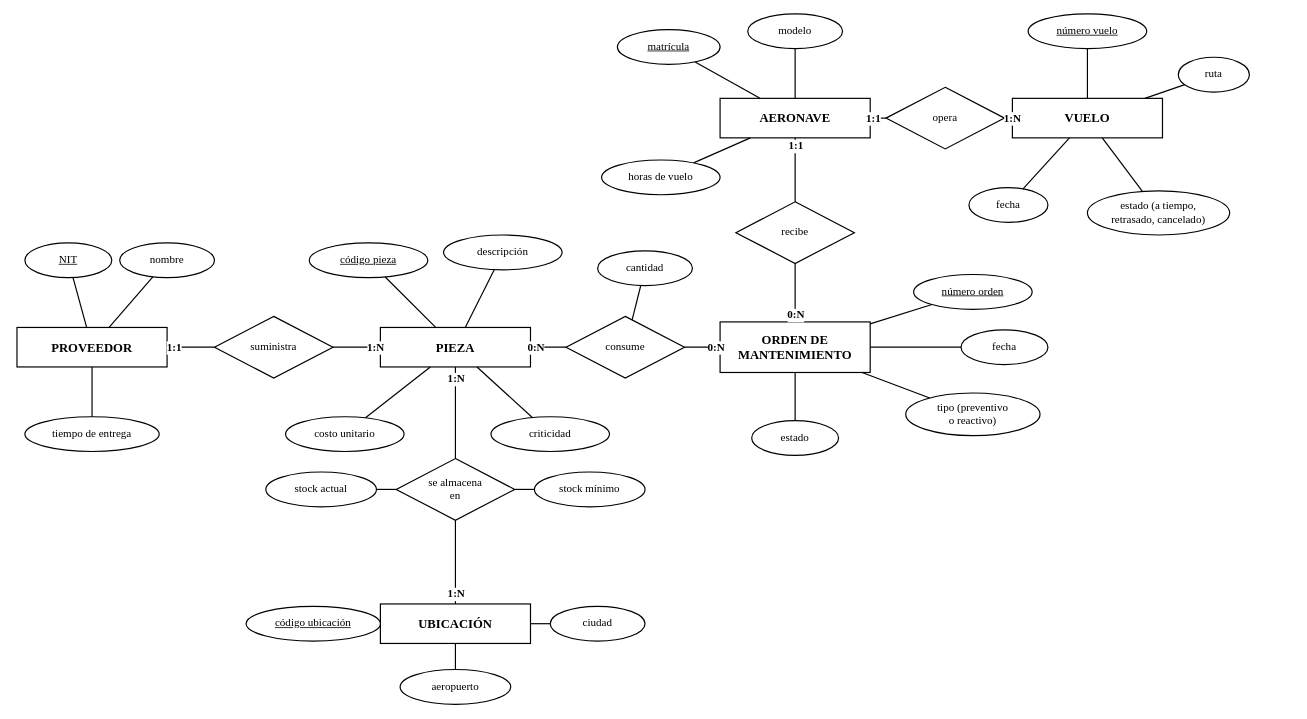
The draw.io diagram Actividad_3_SouthWest/diagramas/figura2_modelo_er.drawio in dgonav/inteligencia-de-negocios, before the edit. Source tidied: cells renumbered, new cells numbered last; positions are measured from the earlier drawing's top-left corner, leaving out a move shared by most shapes. Both pictures are drawn from the tidied source at 79%, with x=0, y=0 at pixel (17, 13).
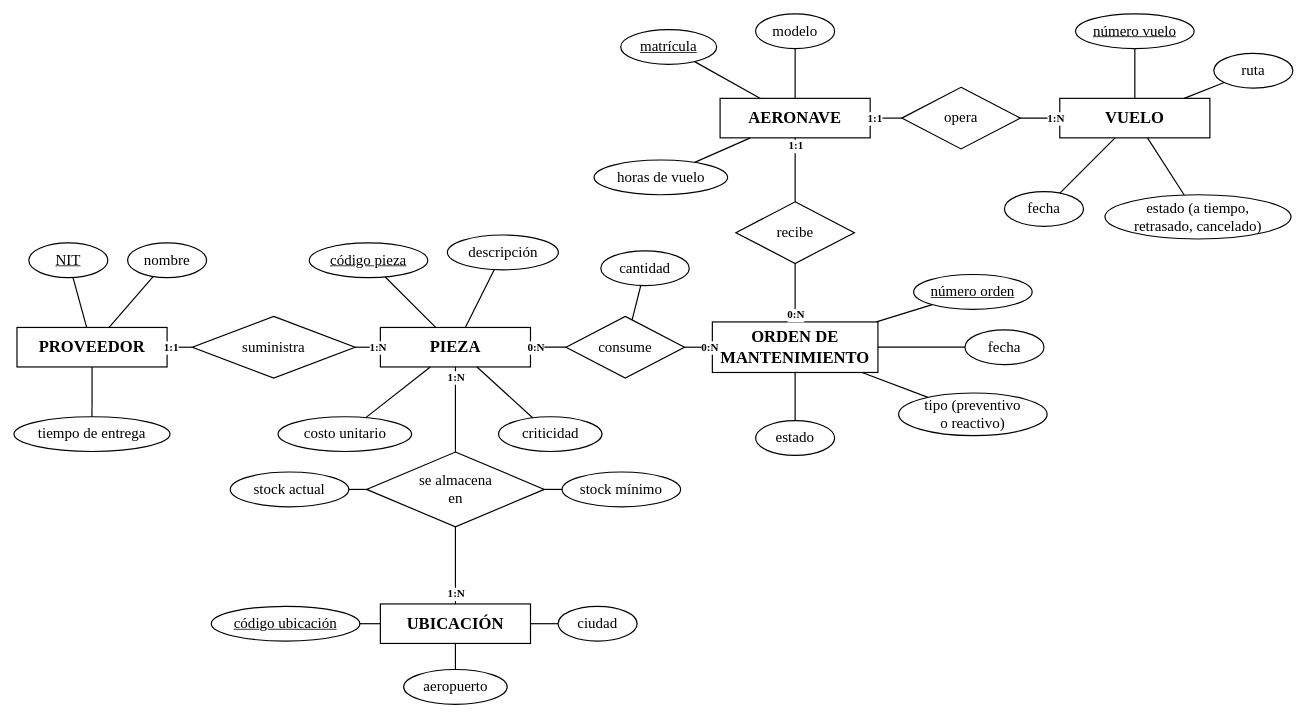
The same diagram, later.

Commit message (it also covers changes not shown here):
Revisión final: diagramas legibles en páginas horizontales y ajustes de redacción

The edit, as a diff of the source:
```diff
@@
-    <mxCell id="2" value="PROVEEDOR" style="rounded=0;whiteSpace=wrap;html=1;fontFamily=Times New Roman;strokeColor=#000000;fontColor=#000000;strokeWidth=1.5;fontSize=16;fontStyle=1;fillColor=#FFFFFF;" parent="1" vertex="1">
+    <mxCell id="2" value="PROVEEDOR" style="rounded=0;whiteSpace=wrap;html=1;fontFamily=Times New Roman;strokeColor=#000000;fontColor=#000000;strokeWidth=1.5;fontSize=21;fontStyle=1;fillColor=#FFFFFF;" parent="1" vertex="1">
       <mxGeometry y="397" width="190" height="50" as="geometry" />
     </mxCell>
-    <mxCell id="3" value="PIEZA" style="rounded=0;whiteSpace=wrap;html=1;fontFamily=Times New Roman;strokeColor=#000000;fontColor=#000000;strokeWidth=1.5;fontSize=16;fontStyle=1;fillColor=#FFFFFF;" parent="1" vertex="1">
+    <mxCell id="3" value="PIEZA" style="rounded=0;whiteSpace=wrap;html=1;fontFamily=Times New Roman;strokeColor=#000000;fontColor=#000000;strokeWidth=1.5;fontSize=21;fontStyle=1;fillColor=#FFFFFF;" parent="1" vertex="1">
       <mxGeometry x="460" y="397" width="190" height="50" as="geometry" />
     </mxCell>
-    <mxCell id="4" value="UBICACIÓN" style="rounded=0;whiteSpace=wrap;html=1;fontFamily=Times New Roman;strokeColor=#000000;fontColor=#000000;strokeWidth=1.5;fontSize=16;fontStyle=1;fillColor=#FFFFFF;" parent="1" vertex="1">
+    <mxCell id="4" value="UBICACIÓN" style="rounded=0;whiteSpace=wrap;html=1;fontFamily=Times New Roman;strokeColor=#000000;fontColor=#000000;strokeWidth=1.5;fontSize=21;fontStyle=1;fillColor=#FFFFFF;" parent="1" vertex="1">
       <mxGeometry x="460" y="747" width="190" height="50" as="geometry" />
     </mxCell>
-    <mxCell id="5" value="ORDEN DE&lt;br&gt;MANTENIMIENTO" style="rounded=0;whiteSpace=wrap;html=1;fontFamily=Times New Roman;strokeColor=#000000;fontColor=#000000;strokeWidth=1.5;fontSize=16;fontStyle=1;fillColor=#FFFFFF;" parent="1" vertex="1">
-      <mxGeometry x="890" y="390" width="190" height="64" as="geometry" />
+    <mxCell id="5" value="ORDEN DE&lt;br&gt;MANTENIMIENTO" style="rounded=0;whiteSpace=wrap;html=1;fontFamily=Times New Roman;strokeColor=#000000;fontColor=#000000;strokeWidth=1.5;fontSize=21;fontStyle=1;fillColor=#FFFFFF;" parent="1" vertex="1">
+      <mxGeometry x="880.2" y="390" width="209.6" height="64" as="geometry" />
     </mxCell>
-    <mxCell id="6" value="AERONAVE" style="rounded=0;whiteSpace=wrap;html=1;fontFamily=Times New Roman;strokeColor=#000000;fontColor=#000000;strokeWidth=1.5;fontSize=16;fontStyle=1;fillColor=#FFFFFF;" parent="1" vertex="1">
+    <mxCell id="6" value="AERONAVE" style="rounded=0;whiteSpace=wrap;html=1;fontFamily=Times New Roman;strokeColor=#000000;fontColor=#000000;strokeWidth=1.5;fontSize=21;fontStyle=1;fillColor=#FFFFFF;" parent="1" vertex="1">
       <mxGeometry x="890" y="107" width="190" height="50" as="geometry" />
     </mxCell>
-    <mxCell id="7" value="VUELO" style="rounded=0;whiteSpace=wrap;html=1;fontFamily=Times New Roman;strokeColor=#000000;fontColor=#000000;strokeWidth=1.5;fontSize=16;fontStyle=1;fillColor=#FFFFFF;" parent="1" vertex="1">
-      <mxGeometry x="1260" y="107" width="190" height="50" as="geometry" />
+    <mxCell id="7" value="VUELO" style="rounded=0;whiteSpace=wrap;html=1;fontFamily=Times New Roman;strokeColor=#000000;fontColor=#000000;strokeWidth=1.5;fontSize=21;fontStyle=1;fillColor=#FFFFFF;" parent="1" vertex="1">
+      <mxGeometry x="1320" y="107" width="190" height="50" as="geometry" />
     </mxCell>
-    <mxCell id="8" value="suministra" style="rhombus;whiteSpace=wrap;html=1;fontFamily=Times New Roman;strokeColor=#000000;fontColor=#000000;strokeWidth=1.5;fontSize=14;fontStyle=0;fillColor=#FFFFFF;" parent="1" vertex="1">
-      <mxGeometry x="250" y="383" width="150" height="78" as="geometry" />
+    <mxCell id="8" value="suministra" style="rhombus;whiteSpace=wrap;html=1;fontFamily=Times New Roman;strokeColor=#000000;fontColor=#000000;strokeWidth=1.5;fontSize=19;fontStyle=0;fillColor=#FFFFFF;" parent="1" vertex="1">
+      <mxGeometry x="222" y="383" width="206" height="78" as="geometry" />
     </mxCell>
-    <mxCell id="9" value="se almacena&lt;br&gt;en" style="rhombus;whiteSpace=wrap;html=1;fontFamily=Times New Roman;strokeColor=#000000;fontColor=#000000;strokeWidth=1.5;fontSize=14;fontStyle=0;fillColor=#FFFFFF;" parent="1" vertex="1">
-      <mxGeometry x="480" y="563" width="150" height="78" as="geometry" />
+    <mxCell id="9" value="se almacena&lt;br&gt;en" style="rhombus;whiteSpace=wrap;html=1;fontFamily=Times New Roman;strokeColor=#000000;fontColor=#000000;strokeWidth=1.5;fontSize=19;fontStyle=0;fillColor=#FFFFFF;" parent="1" vertex="1">
+      <mxGeometry x="442.5" y="554.7" width="225" height="94.6" as="geometry" />
     </mxCell>
-    <mxCell id="10" value="consume" style="rhombus;whiteSpace=wrap;html=1;fontFamily=Times New Roman;strokeColor=#000000;fontColor=#000000;strokeWidth=1.5;fontSize=14;fontStyle=0;fillColor=#FFFFFF;" parent="1" vertex="1">
+    <mxCell id="10" value="consume" style="rhombus;whiteSpace=wrap;html=1;fontFamily=Times New Roman;strokeColor=#000000;fontColor=#000000;strokeWidth=1.5;fontSize=19;fontStyle=0;fillColor=#FFFFFF;" parent="1" vertex="1">
       <mxGeometry x="695" y="383" width="150" height="78" as="geometry" />
     </mxCell>
-    <mxCell id="11" value="recibe" style="rhombus;whiteSpace=wrap;html=1;fontFamily=Times New Roman;strokeColor=#000000;fontColor=#000000;strokeWidth=1.5;fontSize=14;fontStyle=0;fillColor=#FFFFFF;" parent="1" vertex="1">
+    <mxCell id="11" value="recibe" style="rhombus;whiteSpace=wrap;html=1;fontFamily=Times New Roman;strokeColor=#000000;fontColor=#000000;strokeWidth=1.5;fontSize=19;fontStyle=0;fillColor=#FFFFFF;" parent="1" vertex="1">
       <mxGeometry x="910" y="238" width="150" height="78" as="geometry" />
     </mxCell>
-    <mxCell id="12" value="opera" style="rhombus;whiteSpace=wrap;html=1;fontFamily=Times New Roman;strokeColor=#000000;fontColor=#000000;strokeWidth=1.5;fontSize=14;fontStyle=0;fillColor=#FFFFFF;" parent="1" vertex="1">
-      <mxGeometry x="1100" y="93" width="150" height="78" as="geometry" />
+    <mxCell id="12" value="opera" style="rhombus;whiteSpace=wrap;html=1;fontFamily=Times New Roman;strokeColor=#000000;fontColor=#000000;strokeWidth=1.5;fontSize=19;fontStyle=0;fillColor=#FFFFFF;" parent="1" vertex="1">
+      <mxGeometry x="1120" y="93" width="150" height="78" as="geometry" />
     </mxCell>
-    <mxCell id="13" value="NIT" style="ellipse;whiteSpace=wrap;html=1;fontFamily=Times New Roman;strokeColor=#000000;fontColor=#000000;strokeWidth=1.5;fontSize=14;fontStyle=4;fillColor=#FFFFFF;" parent="1" vertex="1">
-      <mxGeometry x="10" y="290" width="110" height="44" as="geometry" />
+    <mxCell id="13" value="NIT" style="ellipse;whiteSpace=wrap;html=1;fontFamily=Times New Roman;strokeColor=#000000;fontColor=#000000;strokeWidth=1.5;fontSize=19;fontStyle=4;fillColor=#FFFFFF;" parent="1" vertex="1">
+      <mxGeometry x="15" y="290" width="100" height="44" as="geometry" />
     </mxCell>
-    <mxCell id="14" value="nombre" style="ellipse;whiteSpace=wrap;html=1;fontFamily=Times New Roman;strokeColor=#000000;fontColor=#000000;strokeWidth=1.5;fontSize=14;fontStyle=0;fillColor=#FFFFFF;" parent="1" vertex="1">
-      <mxGeometry x="130" y="290" width="120" height="44" as="geometry" />
+    <mxCell id="14" value="nombre" style="ellipse;whiteSpace=wrap;html=1;fontFamily=Times New Roman;strokeColor=#000000;fontColor=#000000;strokeWidth=1.5;fontSize=19;fontStyle=0;fillColor=#FFFFFF;" parent="1" vertex="1">
+      <mxGeometry x="140" y="290" width="100" height="44" as="geometry" />
     </mxCell>
-    <mxCell id="15" value="tiempo de entrega" style="ellipse;whiteSpace=wrap;html=1;fontFamily=Times New Roman;strokeColor=#000000;fontColor=#000000;strokeWidth=1.5;fontSize=14;fontStyle=0;fillColor=#FFFFFF;" parent="1" vertex="1">
-      <mxGeometry x="10" y="510" width="170" height="44" as="geometry" />
+    <mxCell id="15" value="tiempo de entrega" style="ellipse;whiteSpace=wrap;html=1;fontFamily=Times New Roman;strokeColor=#000000;fontColor=#000000;strokeWidth=1.5;fontSize=19;fontStyle=0;fillColor=#FFFFFF;" parent="1" vertex="1">
+      <mxGeometry x="-3.8" y="510" width="197.5" height="44" as="geometry" />
     </mxCell>
-    <mxCell id="16" value="código pieza" style="ellipse;whiteSpace=wrap;html=1;fontFamily=Times New Roman;strokeColor=#000000;fontColor=#000000;strokeWidth=1.5;fontSize=14;fontStyle=4;fillColor=#FFFFFF;" parent="1" vertex="1">
+    <mxCell id="16" value="código pieza" style="ellipse;whiteSpace=wrap;html=1;fontFamily=Times New Roman;strokeColor=#000000;fontColor=#000000;strokeWidth=1.5;fontSize=19;fontStyle=4;fillColor=#FFFFFF;" parent="1" vertex="1">
       <mxGeometry x="370" y="290" width="150" height="44" as="geometry" />
     </mxCell>
-    <mxCell id="17" value="descripción" style="ellipse;whiteSpace=wrap;html=1;fontFamily=Times New Roman;strokeColor=#000000;fontColor=#000000;strokeWidth=1.5;fontSize=14;fontStyle=0;fillColor=#FFFFFF;" parent="1" vertex="1">
-      <mxGeometry x="540" y="280" width="150" height="44" as="geometry" />
+    <mxCell id="17" value="descripción" style="ellipse;whiteSpace=wrap;html=1;fontFamily=Times New Roman;strokeColor=#000000;fontColor=#000000;strokeWidth=1.5;fontSize=19;fontStyle=0;fillColor=#FFFFFF;" parent="1" vertex="1">
+      <mxGeometry x="544.8" y="280" width="140.5" height="44" as="geometry" />
     </mxCell>
-    <mxCell id="18" value="costo unitario" style="ellipse;whiteSpace=wrap;html=1;fontFamily=Times New Roman;strokeColor=#000000;fontColor=#000000;strokeWidth=1.5;fontSize=14;fontStyle=0;fillColor=#FFFFFF;" parent="1" vertex="1">
-      <mxGeometry x="340" y="510" width="150" height="44" as="geometry" />
+    <mxCell id="18" value="costo unitario" style="ellipse;whiteSpace=wrap;html=1;fontFamily=Times New Roman;strokeColor=#000000;fontColor=#000000;strokeWidth=1.5;fontSize=19;fontStyle=0;fillColor=#FFFFFF;" parent="1" vertex="1">
+      <mxGeometry x="330.5" y="510" width="169" height="44" as="geometry" />
     </mxCell>
-    <mxCell id="19" value="criticidad" style="ellipse;whiteSpace=wrap;html=1;fontFamily=Times New Roman;strokeColor=#000000;fontColor=#000000;strokeWidth=1.5;fontSize=14;fontStyle=0;fillColor=#FFFFFF;" parent="1" vertex="1">
-      <mxGeometry x="600" y="510" width="150" height="44" as="geometry" />
+    <mxCell id="19" value="criticidad" style="ellipse;whiteSpace=wrap;html=1;fontFamily=Times New Roman;strokeColor=#000000;fontColor=#000000;strokeWidth=1.5;fontSize=19;fontStyle=0;fillColor=#FFFFFF;" parent="1" vertex="1">
+      <mxGeometry x="609.5" y="510" width="131" height="44" as="geometry" />
     </mxCell>
-    <mxCell id="20" value="stock actual" style="ellipse;whiteSpace=wrap;html=1;fontFamily=Times New Roman;strokeColor=#000000;fontColor=#000000;strokeWidth=1.5;fontSize=14;fontStyle=0;fillColor=#FFFFFF;" parent="1" vertex="1">
-      <mxGeometry x="315" y="580" width="140" height="44" as="geometry" />
+    <mxCell id="20" value="stock actual" style="ellipse;whiteSpace=wrap;html=1;fontFamily=Times New Roman;strokeColor=#000000;fontColor=#000000;strokeWidth=1.5;fontSize=19;fontStyle=0;fillColor=#FFFFFF;" parent="1" vertex="1">
+      <mxGeometry x="270" y="580" width="150" height="44" as="geometry" />
     </mxCell>
-    <mxCell id="21" value="stock mínimo" style="ellipse;whiteSpace=wrap;html=1;fontFamily=Times New Roman;strokeColor=#000000;fontColor=#000000;strokeWidth=1.5;fontSize=14;fontStyle=0;fillColor=#FFFFFF;" parent="1" vertex="1">
-      <mxGeometry x="655" y="580" width="140" height="44" as="geometry" />
+    <mxCell id="21" value="stock mínimo" style="ellipse;whiteSpace=wrap;html=1;fontFamily=Times New Roman;strokeColor=#000000;fontColor=#000000;strokeWidth=1.5;fontSize=19;fontStyle=0;fillColor=#FFFFFF;" parent="1" vertex="1">
+      <mxGeometry x="690" y="580" width="150" height="44" as="geometry" />
     </mxCell>
-    <mxCell id="22" value="código ubicación" style="ellipse;whiteSpace=wrap;html=1;fontFamily=Times New Roman;strokeColor=#000000;fontColor=#000000;strokeWidth=1.5;fontSize=14;fontStyle=4;fillColor=#FFFFFF;" parent="1" vertex="1">
-      <mxGeometry x="290" y="750" width="170" height="44" as="geometry" />
+    <mxCell id="22" value="código ubicación" style="ellipse;whiteSpace=wrap;html=1;fontFamily=Times New Roman;strokeColor=#000000;fontColor=#000000;strokeWidth=1.5;fontSize=19;fontStyle=4;fillColor=#FFFFFF;" parent="1" vertex="1">
+      <mxGeometry x="246" y="750" width="188" height="44" as="geometry" />
     </mxCell>
-    <mxCell id="23" value="ciudad" style="ellipse;whiteSpace=wrap;html=1;fontFamily=Times New Roman;strokeColor=#000000;fontColor=#000000;strokeWidth=1.5;fontSize=14;fontStyle=0;fillColor=#FFFFFF;" parent="1" vertex="1">
-      <mxGeometry x="675" y="750" width="120" height="44" as="geometry" />
+    <mxCell id="23" value="ciudad" style="ellipse;whiteSpace=wrap;html=1;fontFamily=Times New Roman;strokeColor=#000000;fontColor=#000000;strokeWidth=1.5;fontSize=19;fontStyle=0;fillColor=#FFFFFF;" parent="1" vertex="1">
+      <mxGeometry x="685" y="750" width="100" height="44" as="geometry" />
     </mxCell>
-    <mxCell id="24" value="aeropuerto" style="ellipse;whiteSpace=wrap;html=1;fontFamily=Times New Roman;strokeColor=#000000;fontColor=#000000;strokeWidth=1.5;fontSize=14;fontStyle=0;fillColor=#FFFFFF;" parent="1" vertex="1">
-      <mxGeometry x="485" y="830" width="140" height="44" as="geometry" />
+    <mxCell id="24" value="aeropuerto" style="ellipse;whiteSpace=wrap;html=1;fontFamily=Times New Roman;strokeColor=#000000;fontColor=#000000;strokeWidth=1.5;fontSize=19;fontStyle=0;fillColor=#FFFFFF;" parent="1" vertex="1">
+      <mxGeometry x="489.5" y="830" width="131" height="44" as="geometry" />
     </mxCell>
-    <mxCell id="25" value="cantidad" style="ellipse;whiteSpace=wrap;html=1;fontFamily=Times New Roman;strokeColor=#000000;fontColor=#000000;strokeWidth=1.5;fontSize=14;fontStyle=0;fillColor=#FFFFFF;" parent="1" vertex="1">
-      <mxGeometry x="735" y="300" width="120" height="44" as="geometry" />
+    <mxCell id="25" value="cantidad" style="ellipse;whiteSpace=wrap;html=1;fontFamily=Times New Roman;strokeColor=#000000;fontColor=#000000;strokeWidth=1.5;fontSize=19;fontStyle=0;fillColor=#FFFFFF;" parent="1" vertex="1">
+      <mxGeometry x="739" y="300" width="112" height="44" as="geometry" />
     </mxCell>
-    <mxCell id="26" value="número orden" style="ellipse;whiteSpace=wrap;html=1;fontFamily=Times New Roman;strokeColor=#000000;fontColor=#000000;strokeWidth=1.5;fontSize=14;fontStyle=4;fillColor=#FFFFFF;" parent="1" vertex="1">
+    <mxCell id="26" value="número orden" style="ellipse;whiteSpace=wrap;html=1;fontFamily=Times New Roman;strokeColor=#000000;fontColor=#000000;strokeWidth=1.5;fontSize=19;fontStyle=4;fillColor=#FFFFFF;" parent="1" vertex="1">
       <mxGeometry x="1135" y="330" width="150" height="44" as="geometry" />
     </mxCell>
-    <mxCell id="27" value="fecha" style="ellipse;whiteSpace=wrap;html=1;fontFamily=Times New Roman;strokeColor=#000000;fontColor=#000000;strokeWidth=1.5;fontSize=14;fontStyle=0;fillColor=#FFFFFF;" parent="1" vertex="1">
-      <mxGeometry x="1195" y="400" width="110" height="44" as="geometry" />
+    <mxCell id="27" value="fecha" style="ellipse;whiteSpace=wrap;html=1;fontFamily=Times New Roman;strokeColor=#000000;fontColor=#000000;strokeWidth=1.5;fontSize=19;fontStyle=0;fillColor=#FFFFFF;" parent="1" vertex="1">
+      <mxGeometry x="1200" y="400" width="100" height="44" as="geometry" />
     </mxCell>
-    <mxCell id="28" value="tipo (preventivo&lt;br&gt;o reactivo)" style="ellipse;whiteSpace=wrap;html=1;fontFamily=Times New Roman;strokeColor=#000000;fontColor=#000000;strokeWidth=1.5;fontSize=14;fontStyle=0;fillColor=#FFFFFF;" parent="1" vertex="1">
-      <mxGeometry x="1125" y="480" width="170" height="54" as="geometry" />
+    <mxCell id="28" value="tipo (preventivo&lt;br&gt;o reactivo)" style="ellipse;whiteSpace=wrap;html=1;fontFamily=Times New Roman;strokeColor=#000000;fontColor=#000000;strokeWidth=1.5;fontSize=19;fontStyle=0;fillColor=#FFFFFF;" parent="1" vertex="1">
+      <mxGeometry x="1116" y="480" width="188" height="54" as="geometry" />
     </mxCell>
-    <mxCell id="29" value="estado" style="ellipse;whiteSpace=wrap;html=1;fontFamily=Times New Roman;strokeColor=#000000;fontColor=#000000;strokeWidth=1.5;fontSize=14;fontStyle=0;fillColor=#FFFFFF;" parent="1" vertex="1">
-      <mxGeometry x="930" y="515" width="110" height="44" as="geometry" />
+    <mxCell id="29" value="estado" style="ellipse;whiteSpace=wrap;html=1;fontFamily=Times New Roman;strokeColor=#000000;fontColor=#000000;strokeWidth=1.5;fontSize=19;fontStyle=0;fillColor=#FFFFFF;" parent="1" vertex="1">
+      <mxGeometry x="935" y="515" width="100" height="44" as="geometry" />
     </mxCell>
-    <mxCell id="30" value="matrícula" style="ellipse;whiteSpace=wrap;html=1;fontFamily=Times New Roman;strokeColor=#000000;fontColor=#000000;strokeWidth=1.5;fontSize=14;fontStyle=4;fillColor=#FFFFFF;" parent="1" vertex="1">
-      <mxGeometry x="760" y="20" width="130" height="44" as="geometry" />
+    <mxCell id="30" value="matrícula" style="ellipse;whiteSpace=wrap;html=1;fontFamily=Times New Roman;strokeColor=#000000;fontColor=#000000;strokeWidth=1.5;fontSize=19;fontStyle=4;fillColor=#FFFFFF;" parent="1" vertex="1">
+      <mxGeometry x="764.2" y="20" width="121.5" height="44" as="geometry" />
     </mxCell>
-    <mxCell id="31" value="modelo" style="ellipse;whiteSpace=wrap;html=1;fontFamily=Times New Roman;strokeColor=#000000;fontColor=#000000;strokeWidth=1.5;fontSize=14;fontStyle=0;fillColor=#FFFFFF;" parent="1" vertex="1">
-      <mxGeometry x="925" width="120" height="44" as="geometry" />
+    <mxCell id="31" value="modelo" style="ellipse;whiteSpace=wrap;html=1;fontFamily=Times New Roman;strokeColor=#000000;fontColor=#000000;strokeWidth=1.5;fontSize=19;fontStyle=0;fillColor=#FFFFFF;" parent="1" vertex="1">
+      <mxGeometry x="935" width="100" height="44" as="geometry" />
     </mxCell>
-    <mxCell id="32" value="horas de vuelo" style="ellipse;whiteSpace=wrap;html=1;fontFamily=Times New Roman;strokeColor=#000000;fontColor=#000000;strokeWidth=1.5;fontSize=14;fontStyle=0;fillColor=#FFFFFF;" parent="1" vertex="1">
-      <mxGeometry x="740" y="185" width="150" height="44" as="geometry" />
+    <mxCell id="32" value="horas de vuelo" style="ellipse;whiteSpace=wrap;html=1;fontFamily=Times New Roman;strokeColor=#000000;fontColor=#000000;strokeWidth=1.5;fontSize=19;fontStyle=0;fillColor=#FFFFFF;" parent="1" vertex="1">
+      <mxGeometry x="730.5" y="185" width="169" height="44" as="geometry" />
     </mxCell>
-    <mxCell id="33" value="número vuelo" style="ellipse;whiteSpace=wrap;html=1;fontFamily=Times New Roman;strokeColor=#000000;fontColor=#000000;strokeWidth=1.5;fontSize=14;fontStyle=4;fillColor=#FFFFFF;" parent="1" vertex="1">
-      <mxGeometry x="1280" width="150" height="44" as="geometry" />
+    <mxCell id="33" value="número vuelo" style="ellipse;whiteSpace=wrap;html=1;fontFamily=Times New Roman;strokeColor=#000000;fontColor=#000000;strokeWidth=1.5;fontSize=19;fontStyle=4;fillColor=#FFFFFF;" parent="1" vertex="1">
+      <mxGeometry x="1340" width="150" height="44" as="geometry" />
     </mxCell>
-    <mxCell id="34" value="estado (a tiempo,&lt;br&gt;retrasado, cancelado)" style="ellipse;whiteSpace=wrap;html=1;fontFamily=Times New Roman;strokeColor=#000000;fontColor=#000000;strokeWidth=1.5;fontSize=14;fontStyle=0;fillColor=#FFFFFF;" parent="1" vertex="1">
-      <mxGeometry x="1355" y="224" width="180" height="56" as="geometry" />
+    <mxCell id="34" value="estado (a tiempo,&lt;br&gt;retrasado, cancelado)" style="ellipse;whiteSpace=wrap;html=1;fontFamily=Times New Roman;strokeColor=#000000;fontColor=#000000;strokeWidth=1.5;fontSize=19;fontStyle=0;fillColor=#FFFFFF;" parent="1" vertex="1">
+      <mxGeometry x="1377.2" y="229" width="235.5" height="56" as="geometry" />
     </mxCell>
-    <mxCell id="35" value="fecha" style="ellipse;whiteSpace=wrap;html=1;fontFamily=Times New Roman;strokeColor=#000000;fontColor=#000000;strokeWidth=1.5;fontSize=14;fontStyle=0;fillColor=#FFFFFF;" parent="1" vertex="1">
-      <mxGeometry x="1205" y="220" width="100" height="44" as="geometry" />
+    <mxCell id="35" value="fecha" style="ellipse;whiteSpace=wrap;html=1;fontFamily=Times New Roman;strokeColor=#000000;fontColor=#000000;strokeWidth=1.5;fontSize=19;fontStyle=0;fillColor=#FFFFFF;" parent="1" vertex="1">
+      <mxGeometry x="1250" y="225" width="100" height="44" as="geometry" />
     </mxCell>
-    <mxCell id="36" value="ruta" style="ellipse;whiteSpace=wrap;html=1;fontFamily=Times New Roman;strokeColor=#000000;fontColor=#000000;strokeWidth=1.5;fontSize=14;fontStyle=0;fillColor=#FFFFFF;" parent="1" vertex="1">
-      <mxGeometry x="1470" y="55" width="90" height="44" as="geometry" />
+    <mxCell id="36" value="ruta" style="ellipse;whiteSpace=wrap;html=1;fontFamily=Times New Roman;strokeColor=#000000;fontColor=#000000;strokeWidth=1.5;fontSize=19;fontStyle=0;fillColor=#FFFFFF;" parent="1" vertex="1">
+      <mxGeometry x="1515" y="50" width="100" height="44" as="geometry" />
     </mxCell>
```
